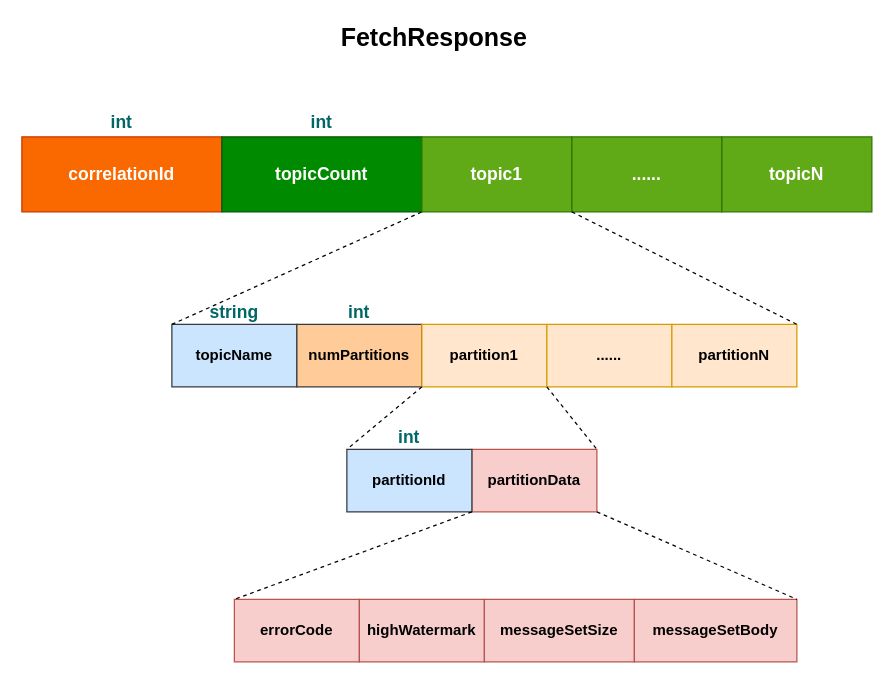
The draw.io diagram kafka/image/consumer/fetch-response.drawio in yu000hong/book-open-source, before the edit. Source tidied: cells renumbered, new cells numbered last; positions are measured from the earlier drawing's top-left corner, leaving out a move shared by most shapes. Both pictures are drawn from the tidied source at 125%, with x=0, y=0 at pixel (21, 24).
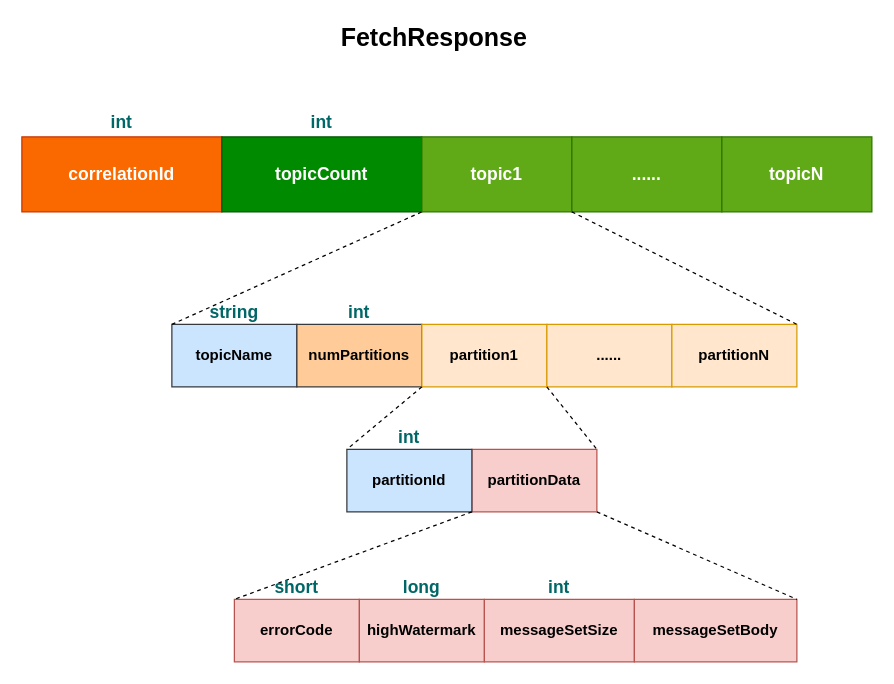
The same diagram, later.

Commit message (it also covers changes not shown here):
fetch-response

Change to the diagram source:
```diff
@@
+    <mxCell id="30" value="short" style="text;html=1;strokeColor=none;fillColor=none;align=center;verticalAlign=middle;whiteSpace=wrap;rounded=0;fontSize=14;fontStyle=1;fontColor=#006666;" parent="1" vertex="1">
+      <mxGeometry x="200" y="440" width="40" height="20" as="geometry" />
+    </mxCell>
+    <mxCell id="31" value="long" style="text;html=1;strokeColor=none;fillColor=none;align=center;verticalAlign=middle;whiteSpace=wrap;rounded=0;fontSize=14;fontStyle=1;fontColor=#006666;" parent="1" vertex="1">
+      <mxGeometry x="300" y="440" width="40" height="20" as="geometry" />
+    </mxCell>
+    <mxCell id="32" value="int" style="text;html=1;strokeColor=none;fillColor=none;align=center;verticalAlign=middle;whiteSpace=wrap;rounded=0;fontSize=14;fontStyle=1;fontColor=#006666;" parent="1" vertex="1">
+      <mxGeometry x="410" y="440" width="40" height="20" as="geometry" />
+    </mxCell>
```
